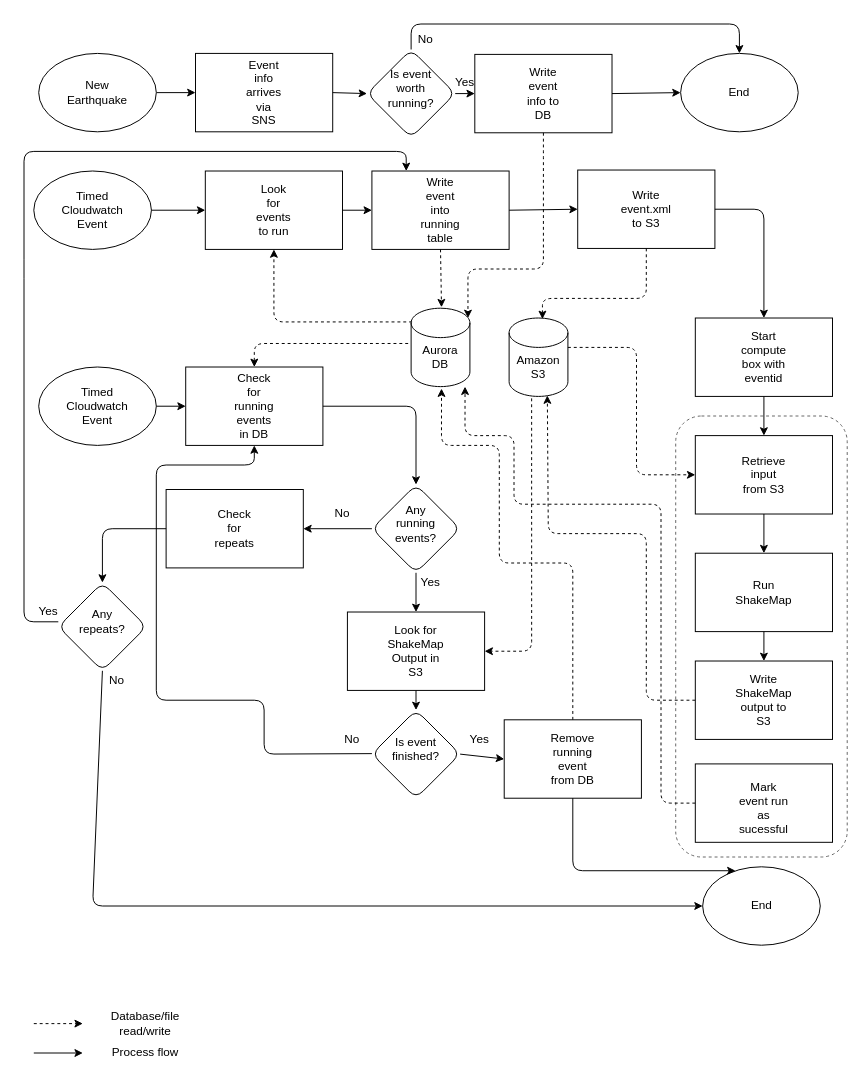
This is Untitled Diagram.drawio from mhearne-usgs/shakemap_aws_queue, a draw.io file, before an edit. Source tidied: cells renumbered, new cells numbered last; positions are measured from the earlier drawing's top-left corner, leaving out a move shared by most shapes. Both pictures are drawn from the tidied source at 98%, with x=0, y=0 at pixel (24, 24).
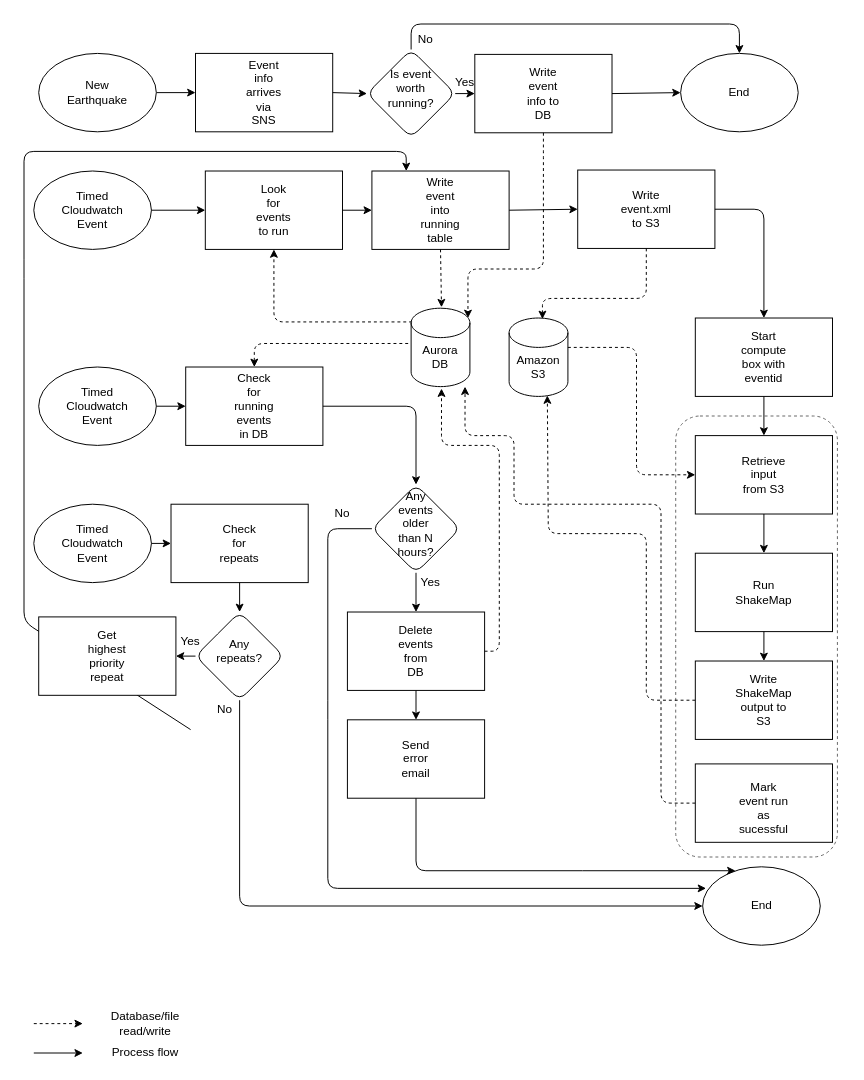
Above is the later version.

Unchanged cells that the change refers to:
```xml
<mxCell id="12" style="shape=cylinder2;whiteSpace=wrap;html=1;boundedLbl=1;backgroundOutline=1;size=15;" parent="11" vertex="1">
  <mxGeometry width="60" height="80" as="geometry" />
</mxCell>
<mxCell id="19" style="shape=cylinder2;whiteSpace=wrap;html=1;boundedLbl=1;backgroundOutline=1;size=15;" parent="18" vertex="1">
  <mxGeometry width="60" height="80" as="geometry" />
</mxCell>
<mxCell id="44" style="ellipse;whiteSpace=wrap;html=1;rounded=1;glass=1;" parent="43" vertex="1">
  <mxGeometry width="120" height="80" as="geometry" />
</mxCell>
<mxCell id="50" style="rounded=0;whiteSpace=wrap;html=1;" parent="49" vertex="1">
  <mxGeometry width="140" height="80" as="geometry" />
</mxCell>
<mxCell id="54" style="group;" parent="1" vertex="1">
  <mxGeometry x="355" y="470" width="90" height="90" as="geometry" />
</mxCell>
<mxCell id="55" style="rhombus;whiteSpace=wrap;html=1;rounded=1;glass=1;" parent="54" vertex="1">
  <mxGeometry width="90" height="90" as="geometry" />
</mxCell>
<mxCell id="61" style="rounded=0;whiteSpace=wrap;html=1;" parent="60" vertex="1">
  <mxGeometry width="140" height="80" as="geometry" />
</mxCell>
<mxCell id="70" style="group;" parent="1" vertex="1">
  <mxGeometry x="330" y="600" width="140" height="80" as="geometry" />
</mxCell>
<mxCell id="71" style="rounded=0;whiteSpace=wrap;html=1;" parent="70" vertex="1">
  <mxGeometry width="140" height="80" as="geometry" />
</mxCell>
<mxCell id="81" style="rounded=0;whiteSpace=wrap;html=1;" parent="80" vertex="1">
  <mxGeometry width="140" height="80" as="geometry" />
</mxCell>
<mxCell id="105" style="rounded=0;whiteSpace=wrap;html=1;" parent="104" vertex="1">
  <mxGeometry width="140" height="80" as="geometry" />
</mxCell>
```

The edit, as a diff of the source:
```diff
@@
     <mxCell id="2" style="rounded=1;whiteSpace=wrap;html=1;strokeColor=#666666;fontColor=#333333;fillColor=none;dashed=1;" parent="1" vertex="1">
-      <mxGeometry x="665" y="400" width="175" height="450" as="geometry" />
+      <mxGeometry x="665" y="400" width="165" height="450" as="geometry" />
     </mxCell>
@@
-    <mxCell id="56" value="Any running events?" style="text;html=1;strokeColor=none;fillColor=none;align=center;verticalAlign=middle;whiteSpace=wrap;rounded=0;glass=1;" parent="54" vertex="1">
+    <mxCell id="56" value="Any events older than N hours?" style="text;html=1;strokeColor=none;fillColor=none;align=center;verticalAlign=middle;whiteSpace=wrap;rounded=0;glass=1;" parent="54" vertex="1">
       <mxGeometry x="25" y="30" width="40" height="20" as="geometry" />
     </mxCell>
@@
-    <mxCell id="58" style="endArrow=classic;html=1;exitX=0;exitY=0.5;exitDx=0;exitDy=0;entryX=1;entryY=0.5;entryDx=0;entryDy=0;" parent="1" edge="1" source="55" target="61">
-      <mxGeometry relative="1" as="geometry" />
+    <mxCell id="58" style="endArrow=classic;html=1;exitX=0;exitY=0.5;exitDx=0;exitDy=0;entryX=0.029;entryY=0.275;entryDx=0;entryDy=0;entryPerimeter=0;" parent="1" edge="1" source="55" target="44">
+      <mxGeometry relative="1" as="geometry">
+        <Array as="points">
+          <mxPoint x="310" y="515" />
+          <mxPoint x="310" y="700" />
+          <mxPoint x="310" y="882" />
+        </Array>
+      </mxGeometry>
     </mxCell>
@@
     <mxCell id="60" style="group;" parent="1" vertex="1">
-      <mxGeometry x="145" y="475" width="140" height="80" as="geometry" />
+      <mxGeometry x="150" y="490" width="140" height="80" as="geometry" />
     </mxCell>
@@
-    <mxCell id="63" style="group;" parent="1" vertex="1">
-      <mxGeometry x="35" y="570" width="90" height="90" as="geometry" />
-    </mxCell>
-    <mxCell id="64" style="rhombus;whiteSpace=wrap;html=1;rounded=1;glass=1;" parent="63" vertex="1">
-      <mxGeometry width="90" height="90" as="geometry" />
-    </mxCell>
-    <mxCell id="65" value="Any repeats?" style="text;html=1;strokeColor=none;fillColor=none;align=center;verticalAlign=middle;whiteSpace=wrap;rounded=0;glass=1;" parent="63" vertex="1">
-      <mxGeometry x="25" y="30" width="40" height="20" as="geometry" />
-    </mxCell>
-    <mxCell id="66" style="endArrow=classic;html=1;exitX=0;exitY=0.5;exitDx=0;exitDy=0;entryX=0.5;entryY=0;entryDx=0;entryDy=0;" parent="1" edge="1" source="61" target="64">
-      <mxGeometry relative="1" as="geometry">
-        <Array as="points">
-          <mxPoint x="80" y="515" />
-        </Array>
-      </mxGeometry>
-    </mxCell>
     <mxCell id="67" value="Yes" style="text;html=1;strokeColor=none;fillColor=none;align=center;verticalAlign=middle;whiteSpace=wrap;rounded=0;glass=1;" parent="1" vertex="1">
-      <mxGeometry x="5" y="590" width="40" height="20" as="geometry" />
+      <mxGeometry x="150" y="620" width="40" height="20" as="geometry" />
     </mxCell>
     <mxCell id="68" style="endArrow=classic;html=1;exitX=0.5;exitY=1;exitDx=0;exitDy=0;entryX=0;entryY=0.5;entryDx=0;entryDy=0;" parent="1" edge="1" source="64" target="44">
       <mxGeometry relative="1" as="geometry">
         <Array as="points">
-          <mxPoint x="70" y="900" />
+          <mxPoint x="220" y="900" />
         </Array>
       </mxGeometry>
     </mxCell>
-    <mxCell id="69" value="No" style="text;html=1;strokeColor=none;fillColor=none;align=center;verticalAlign=middle;whiteSpace=wrap;rounded=0;glass=1;" parent="1" vertex="1">
-      <mxGeometry x="75" y="660" width="40" height="20" as="geometry" />
-    </mxCell>
@@
-    <mxCell id="72" value="Look for ShakeMap Output in S3" style="text;html=1;strokeColor=none;fillColor=none;align=center;verticalAlign=middle;whiteSpace=wrap;rounded=0;" parent="70" vertex="1">
+    <mxCell id="72" value="Delete events from DB" style="text;html=1;strokeColor=none;fillColor=none;align=center;verticalAlign=middle;whiteSpace=wrap;rounded=0;" parent="70" vertex="1">
       <mxGeometry x="50" y="30" width="40" height="20" as="geometry" />
     </mxCell>
@@
-    <mxCell id="74" style="endArrow=classic;html=1;exitX=0.383;exitY=1.025;exitDx=0;exitDy=0;exitPerimeter=0;entryX=1;entryY=0.5;entryDx=0;entryDy=0;dashed=1;" parent="1" edge="1" source="19" target="71">
-      <mxGeometry relative="1" as="geometry">
-        <Array as="points">
-          <mxPoint x="518" y="640" />
-        </Array>
-      </mxGeometry>
-    </mxCell>
-    <mxCell id="75" style="group;" parent="1" vertex="1">
-      <mxGeometry x="355" y="700" width="90" height="90" as="geometry" />
-    </mxCell>
-    <mxCell id="76" style="rhombus;whiteSpace=wrap;html=1;rounded=1;glass=1;" parent="75" vertex="1">
-      <mxGeometry width="90" height="90" as="geometry" />
-    </mxCell>
-    <mxCell id="77" value="Is event finished?" style="text;html=1;strokeColor=none;fillColor=none;align=center;verticalAlign=middle;whiteSpace=wrap;rounded=0;glass=1;" parent="75" vertex="1">
-      <mxGeometry x="25" y="30" width="40" height="20" as="geometry" />
-    </mxCell>
-    <mxCell id="78" style="endArrow=classic;html=1;entryX=0.5;entryY=0;entryDx=0;entryDy=0;exitX=0.5;exitY=1;exitDx=0;exitDy=0;" parent="1" edge="1" source="71" target="76">
+    <mxCell id="78" style="endArrow=classic;html=1;entryX=0.5;entryY=0;entryDx=0;entryDy=0;exitX=0.5;exitY=1;exitDx=0;exitDy=0;" parent="1" edge="1" source="71" target="81">
       <mxGeometry relative="1" as="geometry" />
     </mxCell>
-    <mxCell id="79" style="endArrow=classic;html=1;entryX=0.517;entryY=1.025;entryDx=0;entryDy=0;entryPerimeter=0;exitX=0.5;exitY=0;exitDx=0;exitDy=0;dashed=1;" parent="1" edge="1" source="81" target="12">
+    <mxCell id="79" style="endArrow=classic;html=1;entryX=0.517;entryY=1.025;entryDx=0;entryDy=0;entryPerimeter=0;exitX=1;exitY=0.5;exitDx=0;exitDy=0;dashed=1;" parent="1" edge="1" source="71" target="12">
       <mxGeometry relative="1" as="geometry">
         <Array as="points">
-          <mxPoint x="560" y="550" />
+          <mxPoint x="485" y="640" />
           <mxPoint x="485" y="550" />
           <mxPoint x="485" y="430" />
           <mxPoint x="426" y="430" />
         </Array>
       </mxGeometry>
     </mxCell>
     <mxCell id="80" style="group;" parent="1" vertex="1">
-      <mxGeometry x="490" y="710" width="140" height="80" as="geometry" />
+      <mxGeometry x="330" y="710" width="140" height="80" as="geometry" />
     </mxCell>
@@
-    <mxCell id="82" value="Remove running event from DB" style="text;html=1;strokeColor=none;fillColor=none;align=center;verticalAlign=middle;whiteSpace=wrap;rounded=0;" parent="80" vertex="1">
+    <mxCell id="82" value="Send error email" style="text;html=1;strokeColor=none;fillColor=none;align=center;verticalAlign=middle;whiteSpace=wrap;rounded=0;" parent="80" vertex="1">
       <mxGeometry x="50" y="30" width="40" height="20" as="geometry" />
     </mxCell>
-    <mxCell id="83" style="endArrow=classic;html=1;exitX=1;exitY=0.5;exitDx=0;exitDy=0;entryX=0;entryY=0.5;entryDx=0;entryDy=0;" parent="1" edge="1" source="76" target="81">
-      <mxGeometry relative="1" as="geometry" />
-    </mxCell>
-    <mxCell id="84" value="Yes" style="text;html=1;strokeColor=none;fillColor=none;align=center;verticalAlign=middle;whiteSpace=wrap;rounded=0;glass=1;" parent="1" vertex="1">
-      <mxGeometry x="445" y="720" width="40" height="20" as="geometry" />
-    </mxCell>
-    <mxCell id="85" value="No" style="text;html=1;strokeColor=none;fillColor=none;align=center;verticalAlign=middle;whiteSpace=wrap;rounded=0;glass=1;" parent="1" vertex="1">
-      <mxGeometry x="315" y="720" width="40" height="20" as="geometry" />
-    </mxCell>
-    <mxCell id="86" style="endArrow=classic;html=1;exitX=0;exitY=0.5;exitDx=0;exitDy=0;entryX=0.5;entryY=1;entryDx=0;entryDy=0;" parent="1" edge="1" target="50">
-      <mxGeometry relative="1" as="geometry">
-        <mxPoint x="355" y="744.5" as="sourcePoint" />
-        <Array as="points">
-          <mxPoint x="245" y="745" />
-          <mxPoint x="245" y="690" />
-          <mxPoint x="135" y="690" />
-          <mxPoint x="135" y="450" />
-          <mxPoint x="235" y="450" />
-        </Array>
-      </mxGeometry>
-    </mxCell>
     <mxCell id="87" style="endArrow=classic;html=1;exitX=0.5;exitY=1;exitDx=0;exitDy=0;" parent="1" edge="1" source="81">
       <mxGeometry relative="1" as="geometry">
         <mxPoint x="726" y="864" as="targetPoint" />
         <Array as="points">
+          <mxPoint x="400" y="864" />
           <mxPoint x="560" y="864" />
         </Array>
       </mxGeometry>
     </mxCell>
@@
-    <mxCell id="109" style="endArrow=classic;html=1;exitX=0.75;exitY=1;exitDx=0;exitDy=0;entryX=0.25;entryY=0;entryDx=0;entryDy=0;" parent="1" edge="1" source="67" target="105">
+    <mxCell id="109" style="endArrow=classic;html=1;entryX=0.25;entryY=0;entryDx=0;entryDy=0;" parent="1" edge="1" target="105">
       <mxGeometry relative="1" as="geometry">
+        <mxPoint x="170" y="720" as="sourcePoint" />
         <Array as="points">
           <mxPoint y="610" />
           <mxPoint y="250" />
           <mxPoint y="130" />
           <mxPoint x="390" y="130" />
         </Array>
       </mxGeometry>
     </mxCell>
@@
+    <mxCell id="125" style="group;" parent="1" vertex="1">
+      <mxGeometry x="10" y="490" width="120" height="80" as="geometry" />
+    </mxCell>
+    <mxCell id="126" style="ellipse;whiteSpace=wrap;html=1;rounded=1;glass=1;" parent="125" vertex="1">
+      <mxGeometry width="120" height="80" as="geometry" />
+    </mxCell>
+    <mxCell id="127" value="Timed Cloudwatch Event" style="text;html=1;strokeColor=none;fillColor=none;align=center;verticalAlign=middle;whiteSpace=wrap;rounded=0;glass=1;" parent="125" vertex="1">
+      <mxGeometry x="40" y="30" width="40" height="20" as="geometry" />
+    </mxCell>
+    <mxCell id="128" style="endArrow=classic;html=1;exitX=1;exitY=0.5;exitDx=0;exitDy=0;entryX=0;entryY=0.5;entryDx=0;entryDy=0;" parent="1" edge="1" source="126" target="61">
+      <mxGeometry relative="1" as="geometry" />
+    </mxCell>
+    <mxCell id="66" style="endArrow=classic;html=1;entryX=0.5;entryY=0;entryDx=0;entryDy=0;exitX=0.5;exitY=1;exitDx=0;exitDy=0;" parent="1" edge="1" source="61" target="64">
+      <mxGeometry relative="1" as="geometry" />
+    </mxCell>
+    <mxCell id="69" value="No" style="text;html=1;strokeColor=none;fillColor=none;align=center;verticalAlign=middle;whiteSpace=wrap;rounded=0;glass=1;" parent="1" vertex="1">
+      <mxGeometry x="185" y="690" width="40" height="20" as="geometry" />
+    </mxCell>
+    <mxCell id="129" style="group;" parent="1" vertex="1">
+      <mxGeometry x="175" y="600" width="90" height="90" as="geometry" />
+    </mxCell>
+    <mxCell id="64" style="rhombus;whiteSpace=wrap;html=1;rounded=1;glass=1;" parent="129" vertex="1">
+      <mxGeometry width="90" height="90" as="geometry" />
+    </mxCell>
+    <mxCell id="65" value="Any repeats?" style="text;html=1;strokeColor=none;fillColor=none;align=center;verticalAlign=middle;whiteSpace=wrap;rounded=0;glass=1;" parent="129" vertex="1">
+      <mxGeometry x="25" y="30" width="40" height="20" as="geometry" />
+    </mxCell>
+    <mxCell id="130" style="group;" parent="1" vertex="1">
+      <mxGeometry x="15" y="605" width="140" height="80" as="geometry" />
+    </mxCell>
+    <mxCell id="131" style="rounded=0;whiteSpace=wrap;html=1;" parent="130" vertex="1">
+      <mxGeometry width="140" height="80" as="geometry" />
+    </mxCell>
+    <mxCell id="132" value="Get highest priority repeat" style="text;html=1;strokeColor=none;fillColor=none;align=center;verticalAlign=middle;whiteSpace=wrap;rounded=0;" parent="130" vertex="1">
+      <mxGeometry x="50" y="30" width="40" height="20" as="geometry" />
+    </mxCell>
+    <mxCell id="133" style="endArrow=classic;html=1;entryX=1;entryY=0.5;entryDx=0;entryDy=0;exitX=0;exitY=0.5;exitDx=0;exitDy=0;" parent="1" edge="1" source="64" target="131">
+      <mxGeometry relative="1" as="geometry" />
+    </mxCell>
```
